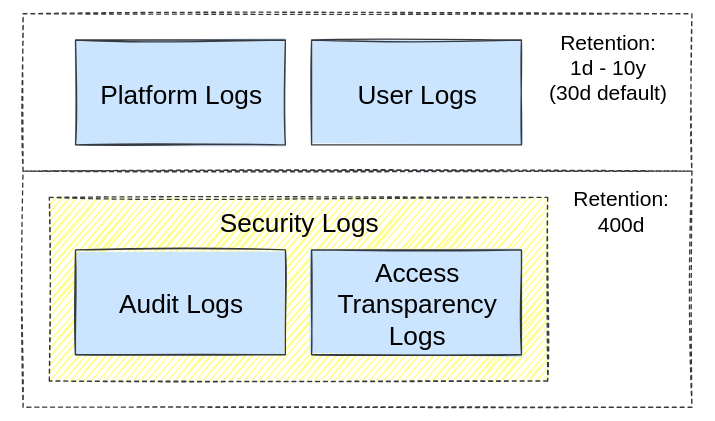
TheRealMattDunn/mattdunn.info keeps this draw.io diagram as content/files/gcp_log_retention.svg. Above is the earlier version. Source tidied: cells renumbered, new cells last; positions are measured from the earlier drawing's top-left corner, leaving out a move shared by most shapes. Its diagram source:
```xml
<mxGraphModel>
  <root>
    <mxCell id="0" />
    <mxCell id="1" parent="0" />
    <mxCell id="2" style="rounded=0;whiteSpace=wrap;html=1;dashed=1;strokeColor=#36393d;fillColor=none;" parent="1" vertex="1">
      <mxGeometry width="510" height="120" as="geometry" />
    </mxCell>
    <mxCell id="3" value="Platform Logs" style="rounded=0;whiteSpace=wrap;html=1;fillColor=#cce5ff;fontSize=20;strokeColor=#36393d;sketch=1;fillStyle=solid;" parent="1" vertex="1">
      <mxGeometry x="40" y="20" width="160" height="80" as="geometry" />
    </mxCell>
    <mxCell id="4" value="User Logs" style="rounded=0;whiteSpace=wrap;html=1;fillColor=#cce5ff;fontSize=20;strokeColor=#36393d;sketch=1;fillStyle=solid;" parent="1" vertex="1">
      <mxGeometry x="220" y="20" width="160" height="80" as="geometry" />
    </mxCell>
    <mxCell id="5" style="rounded=0;whiteSpace=wrap;html=1;dashed=1;strokeColor=#36393d;fillColor=none;" parent="1" vertex="1">
      <mxGeometry y="120" width="510" height="180" as="geometry" />
    </mxCell>
    <mxCell id="6" value="Security Logs" style="rounded=0;whiteSpace=wrap;html=1;fillColor=#ffff88;fontSize=20;strokeColor=#36393d;sketch=1;fillStyle=hachure;dashed=1;verticalAlign=top;" parent="1" vertex="1">
      <mxGeometry x="20" y="140" width="380" height="140" as="geometry" />
    </mxCell>
    <mxCell id="7" value="Audit Logs" style="rounded=0;whiteSpace=wrap;html=1;fillColor=#cce5ff;fontSize=20;strokeColor=#36393d;sketch=1;fillStyle=solid;" parent="1" vertex="1">
      <mxGeometry x="40" y="180" width="160" height="80" as="geometry" />
    </mxCell>
    <mxCell id="8" value="Access Transparency Logs" style="rounded=0;whiteSpace=wrap;html=1;fillColor=#cce5ff;fontSize=20;strokeColor=#36393d;sketch=1;fillStyle=solid;" parent="1" vertex="1">
      <mxGeometry x="220" y="180" width="160" height="80" as="geometry" />
    </mxCell>
    <mxCell id="9" value="Retention:&lt;br style=&quot;font-size: 16px;&quot;&gt;1d - 10y&lt;br style=&quot;font-size: 16px;&quot;&gt;(30d default)" style="text;html=1;align=center;verticalAlign=middle;strokeColor=none;dashed=1;sketch=1;fontSize=16;fillColor=none;gradientDirection=south;" parent="1" vertex="1">
      <mxGeometry x="390" y="10" width="110" height="60" as="geometry" />
    </mxCell>
    <mxCell id="10" value="Retention:&lt;br style=&quot;font-size: 16px&quot;&gt;400d" style="text;html=1;align=center;verticalAlign=middle;strokeColor=none;dashed=1;sketch=1;fontSize=16;fillColor=none;gradientDirection=south;" parent="1" vertex="1">
      <mxGeometry x="410" y="130" width="90" height="40" as="geometry" />
    </mxCell>
  </root>
</mxGraphModel>
```
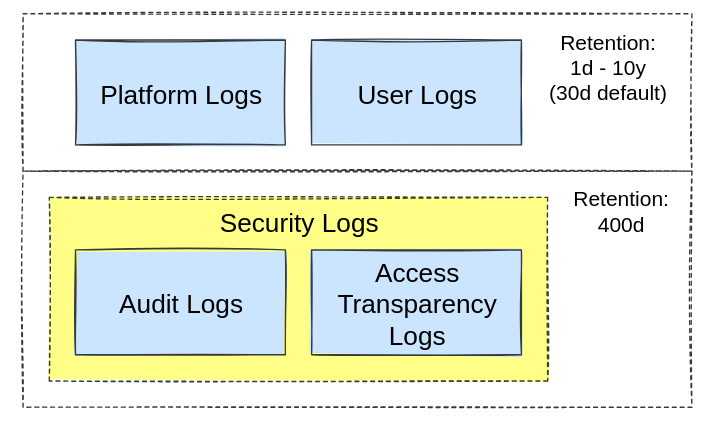
The same diagram one commit later.

The edit, as a diff of the source:
```diff
@@ -14,7 +14,7 @@
     <mxCell id="5" style="rounded=0;whiteSpace=wrap;html=1;dashed=1;strokeColor=#36393d;fillColor=none;" parent="1" vertex="1">
       <mxGeometry y="120" width="510" height="180" as="geometry" />
     </mxCell>
-    <mxCell id="6" value="Security Logs" style="rounded=0;whiteSpace=wrap;html=1;fillColor=#ffff88;fontSize=20;strokeColor=#36393d;sketch=1;fillStyle=hachure;dashed=1;verticalAlign=top;" parent="1" vertex="1">
+    <mxCell id="6" value="Security Logs" style="rounded=0;whiteSpace=wrap;html=1;fillColor=#ffff88;fontSize=20;strokeColor=#36393d;sketch=1;fillStyle=solid;dashed=1;verticalAlign=top;" parent="1" vertex="1">
       <mxGeometry x="20" y="140" width="380" height="140" as="geometry" />
     </mxCell>
     <mxCell id="7" value="Audit Logs" style="rounded=0;whiteSpace=wrap;html=1;fillColor=#cce5ff;fontSize=20;strokeColor=#36393d;sketch=1;fillStyle=solid;" parent="1" vertex="1">
```
